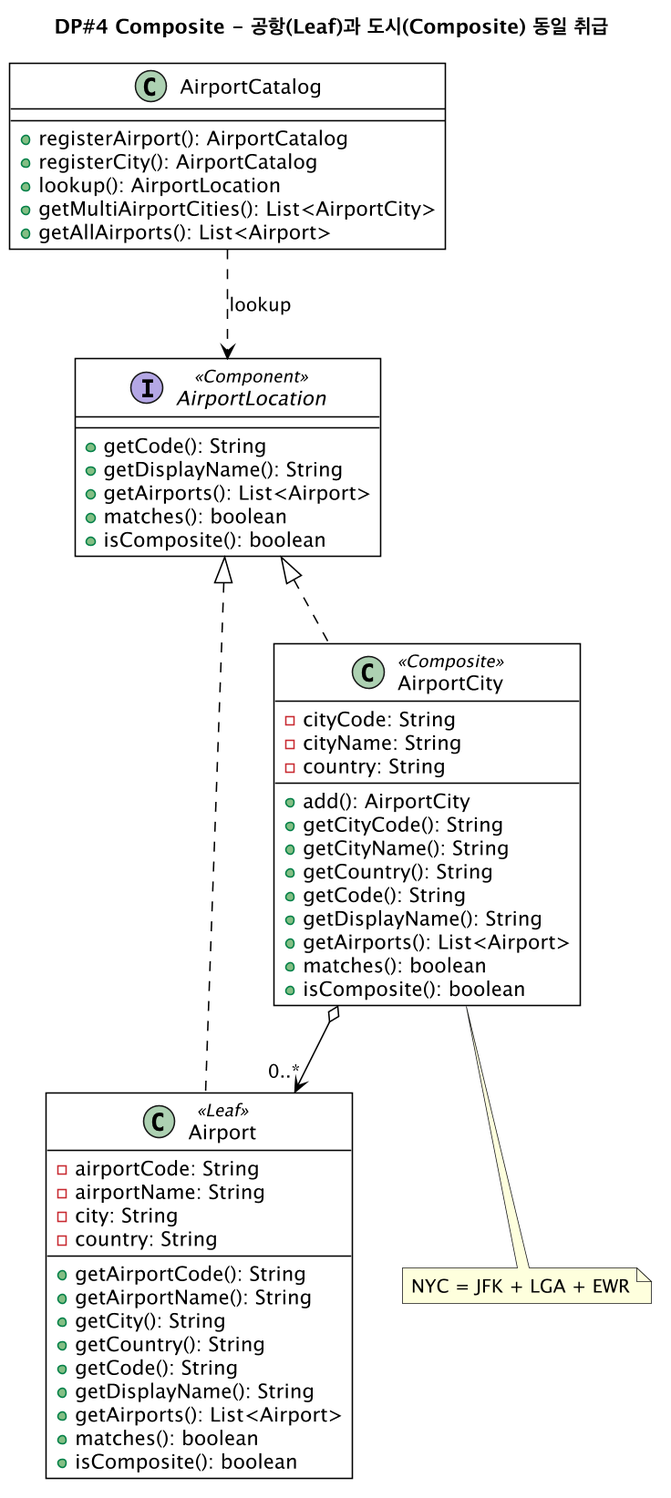
gimjungwook/KoreanAirReservationDomain keeps this PlantUML diagram as docs/diagrams/iter4-puml/dp4-composite.png. Above is the earlier version.
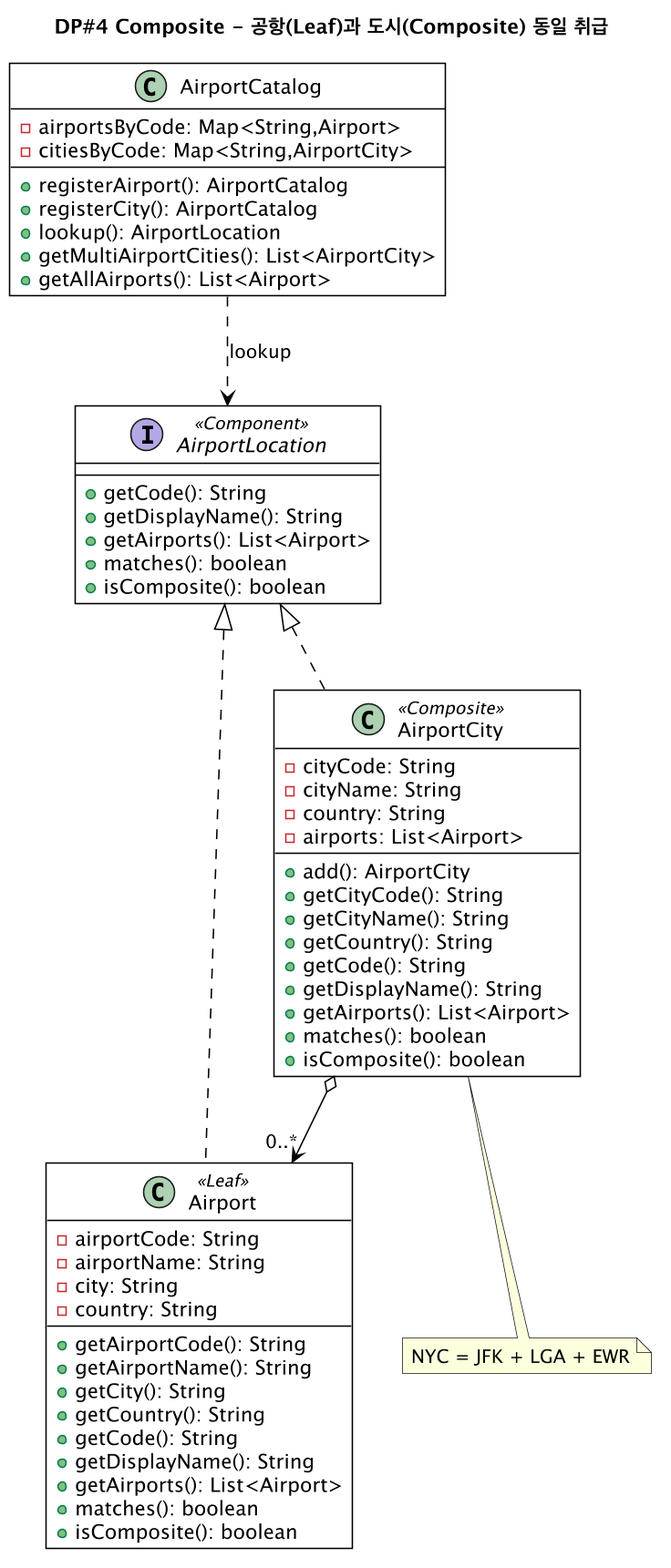
The same diagram one commit later.

Change to the diagram source:
```diff
@@ -28,6 +28,7 @@
   -cityCode: String
   -cityName: String
   -country: String
+  -airports: List<Airport>
   --
   +add(): AirportCity
   +getCityCode(): String
@@ -40,6 +41,9 @@
   +isComposite(): boolean
 }
 class AirportCatalog {
+  -airportsByCode: Map<String,Airport>
+  -citiesByCode: Map<String,AirportCity>
+  --
   +registerAirport(): AirportCatalog
   +registerCity(): AirportCatalog
   +lookup(): AirportLocation
```
